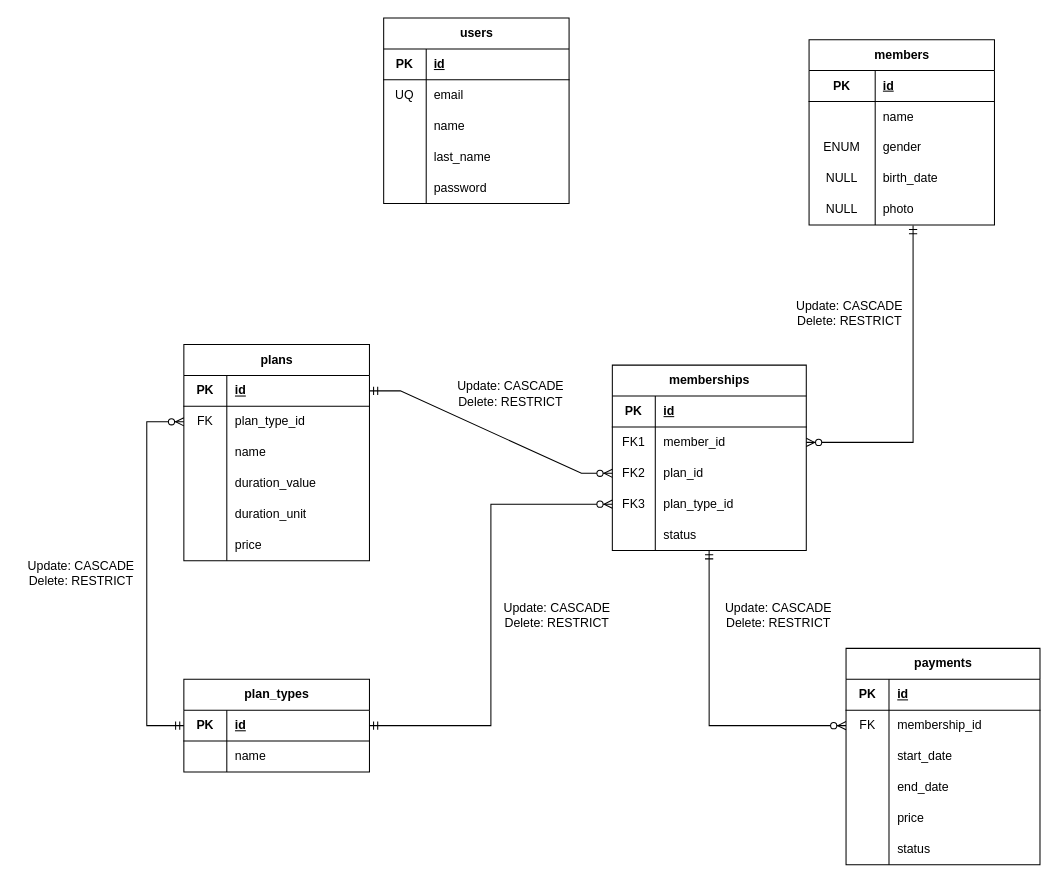
Above: docs/logical-design.drawio in hdz-kevin/TecnoGym (draw.io), before the change. Source tidied: cells renumbered, new cells numbered last; positions are measured from the earlier drawing's top-left corner, leaving out a move shared by most shapes. Both pictures are drawn from the tidied source at 103%, with x=0, y=0 at pixel (18, 18).
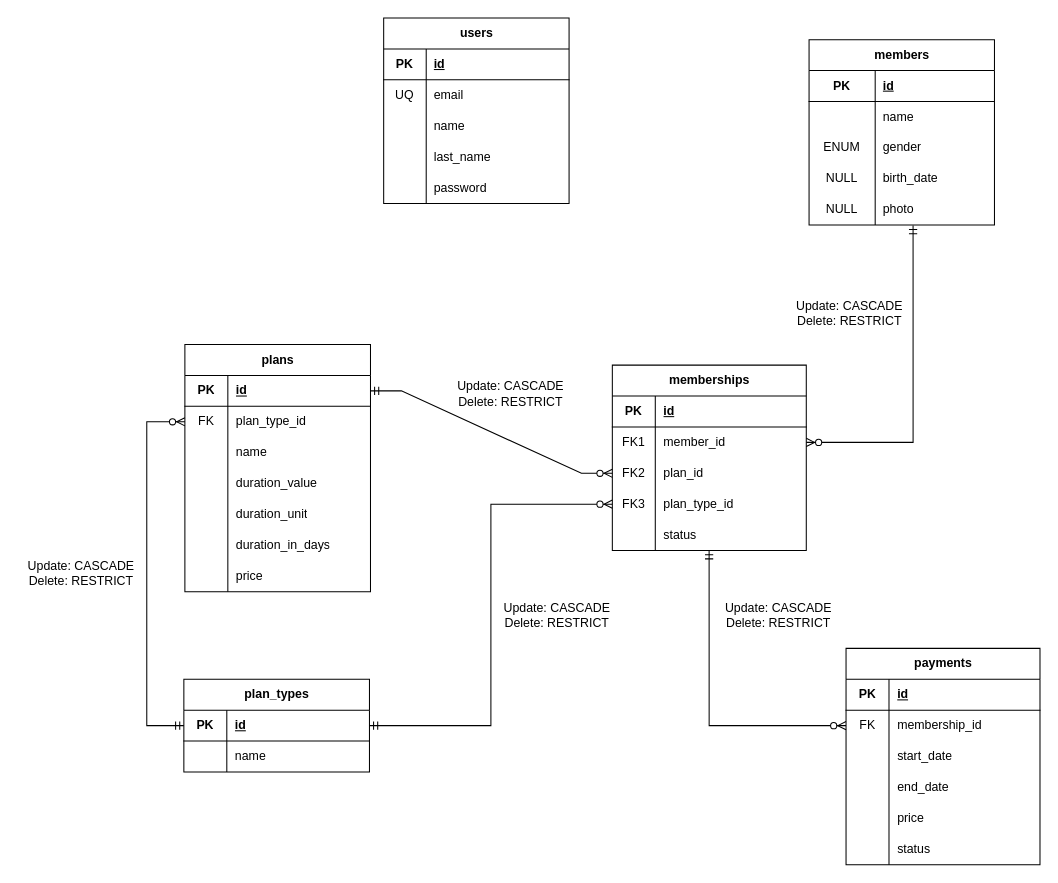
The same page after the edit.

Commit message (it also covers changes not shown here):
add duration_in_days column to plans table

The edit, as a diff of the source:
```diff
@@
     <mxCell id="41" value="plans" style="shape=table;startSize=30;childLayout=tableLayout;rowLines=0;fontStyle=1;align=center;html=1;" parent="1" vertex="1">
-      <mxGeometry x="161" y="317" width="180.2" height="210" as="geometry" />
+      <mxGeometry x="162" y="317" width="180.2" height="240" as="geometry" />
     </mxCell>
@@
+    <mxCell id="106" style="shape=tableRow;horizontal=0;startSize=0;swimlaneHead=0;swimlaneBody=0;fillColor=none;top=0;left=0;right=0;bottom=0;" parent="41" vertex="1">
+      <mxGeometry y="180" width="180.2" height="30" as="geometry" />
+    </mxCell>
+    <mxCell id="107" style="shape=partialRectangle;fillColor=none;top=0;left=0;bottom=0;right=0;overflow=hidden;whiteSpace=wrap;html=1;" parent="106" vertex="1">
+      <mxGeometry width="41.7" height="30" as="geometry" />
+    </mxCell>
+    <mxCell id="108" value="duration_in_days" style="shape=partialRectangle;fillColor=none;top=0;left=0;bottom=0;right=0;align=left;spacingLeft=6;overflow=hidden;whiteSpace=wrap;html=1;" parent="106" vertex="1">
+      <mxGeometry x="41.7" width="138.4" height="30" as="geometry" />
+    </mxCell>
     <mxCell id="57" style="shape=tableRow;horizontal=0;startSize=0;swimlaneHead=0;swimlaneBody=0;fillColor=none;top=0;left=0;right=0;bottom=0;" parent="41" vertex="1">
-      <mxGeometry y="180" width="180.2" height="30" as="geometry" />
+      <mxGeometry y="210" width="180.2" height="30" as="geometry" />
     </mxCell>
```
